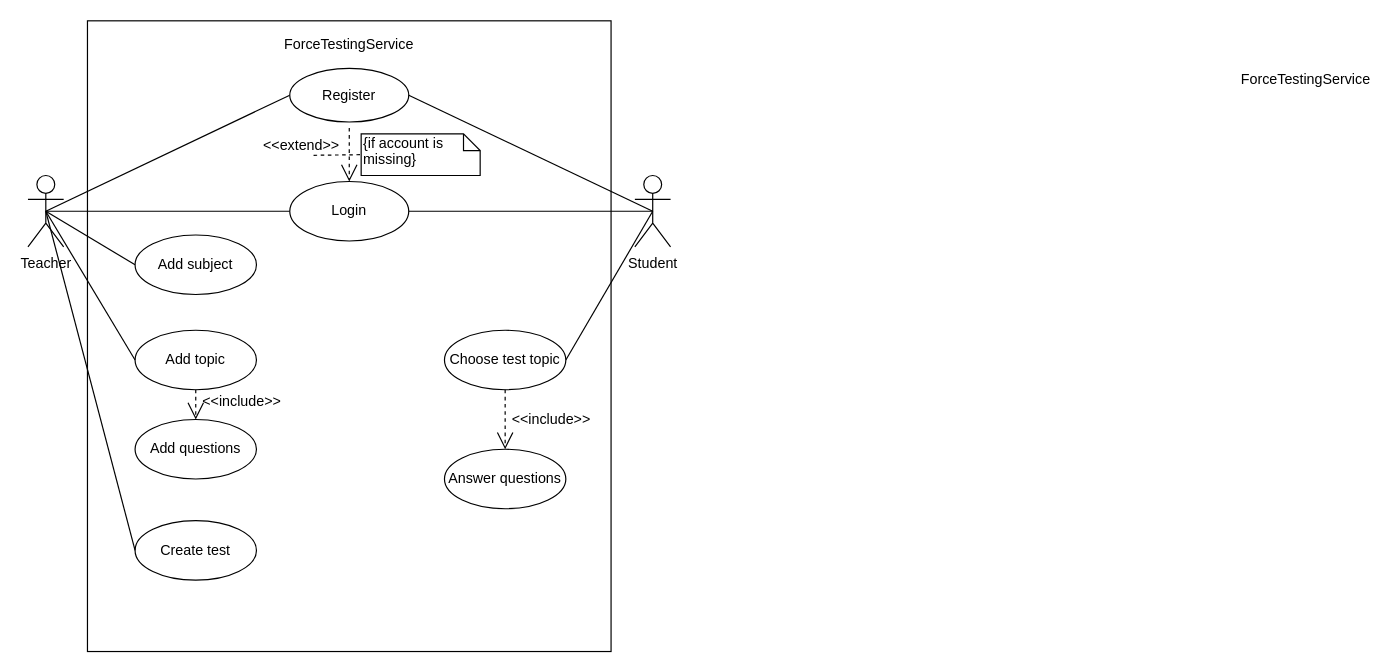
Before: UML/ForceTesting_UseCase.drawio in F0rsV/ForceTestingService, a draw.io diagram. Source tidied: cells renumbered, new cells numbered last; positions are measured from the earlier drawing's top-left corner, leaving out a move shared by most shapes. Both pictures are drawn from the tidied source at 119%, with x=0, y=0 at pixel (27, 20).
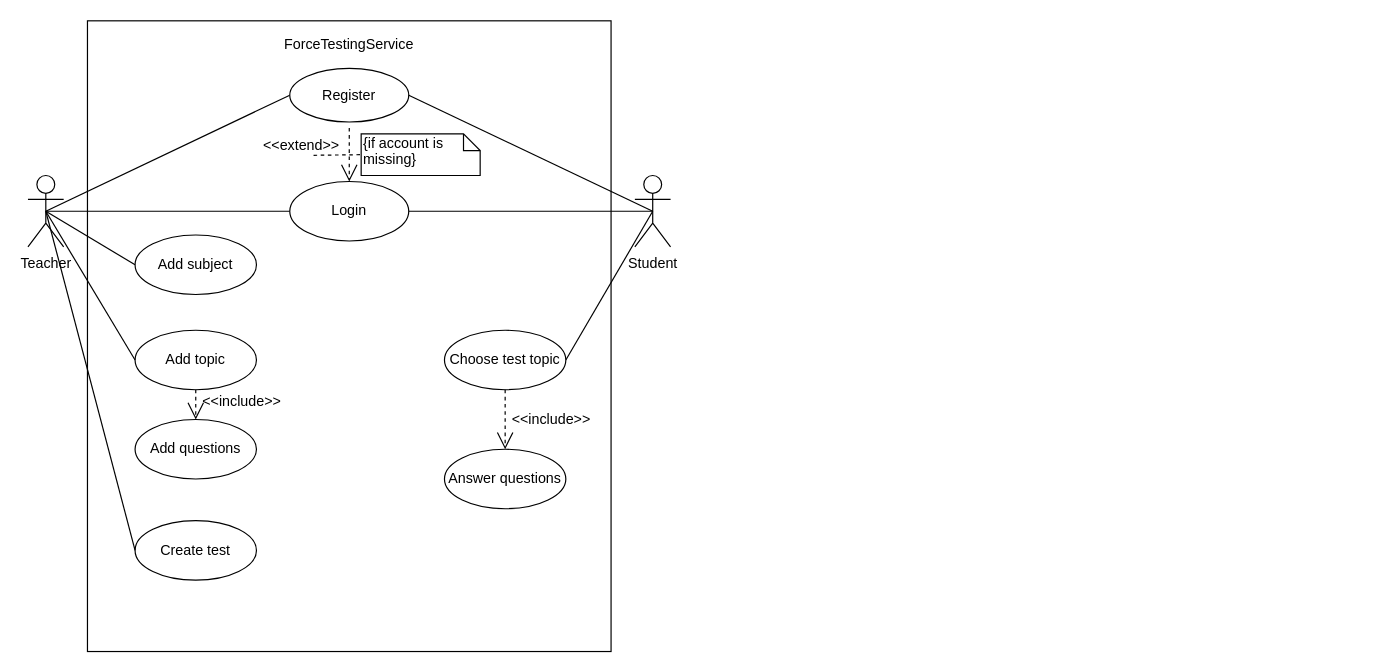
The same page after the edit.

The edit, as a diff of the source:
```diff
@@
-    <mxCell id="5" value="ForceTestingService" style="text;html=1;strokeColor=none;fillColor=none;align=center;verticalAlign=middle;whiteSpace=wrap;rounded=0;" parent="1" vertex="1">
-      <mxGeometry x="1014" y="40" width="120" height="20" as="geometry" />
-    </mxCell>
```
